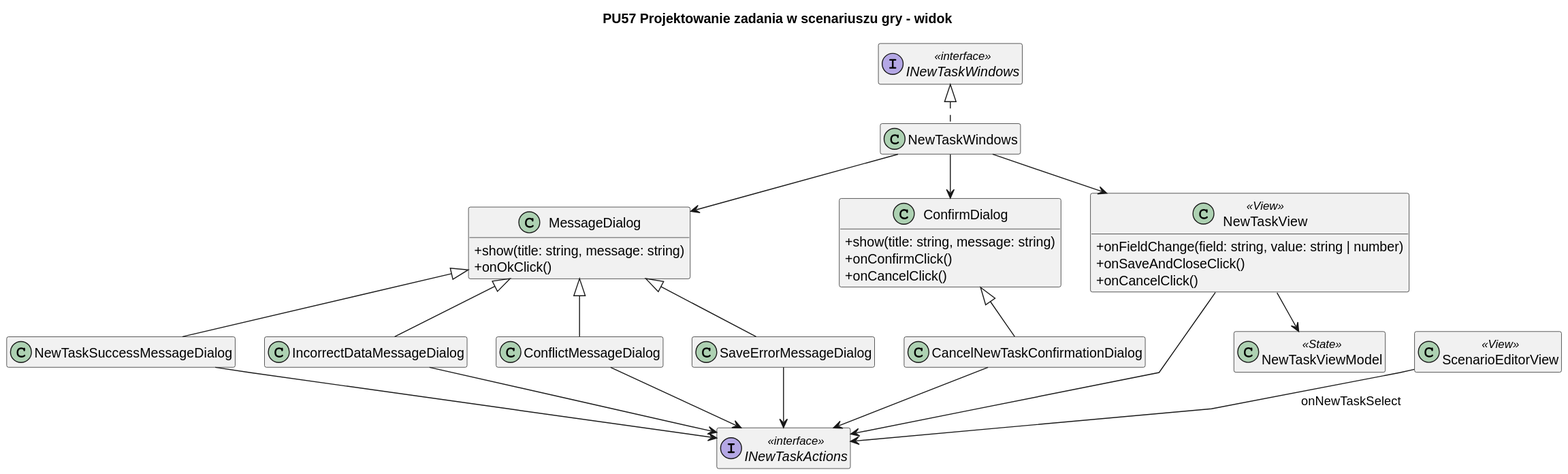
Earlier version of the PlantUML export diagrams/frontend/rendered/new-task-view.svg (Igor-Ochocki/POP-2026Z).
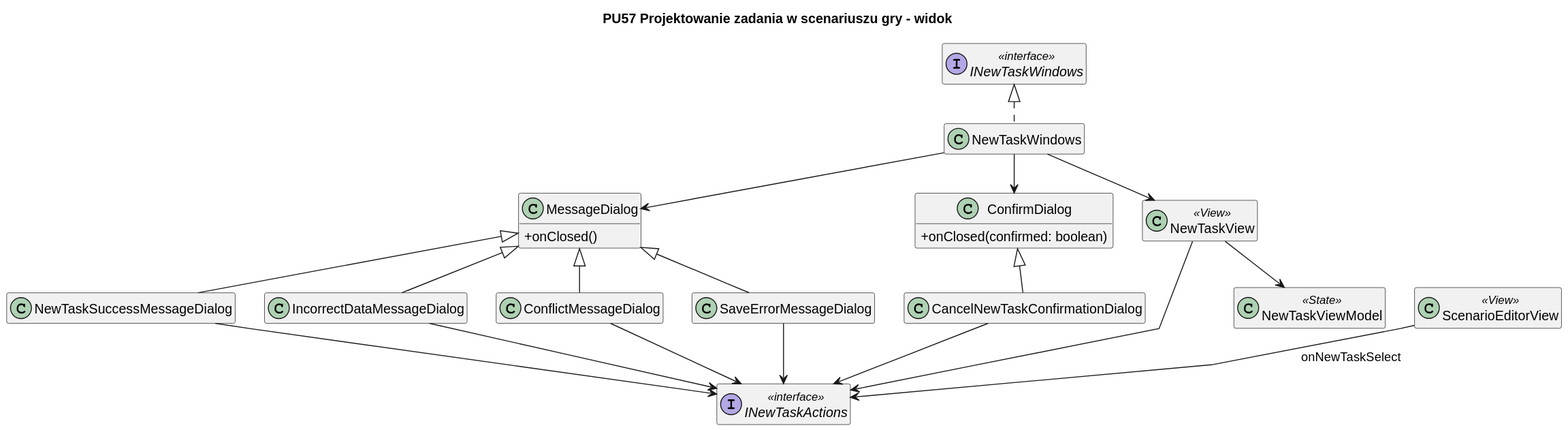
The same diagram one commit later.

The edit, as a diff of the source:
```diff
@@ -10,21 +10,14 @@
 
 title PU57 Projektowanie zadania w scenariuszu gry - widok
 
-class NewTaskView <<View>> {
-    + onFieldChange(field: string, value: string | number)
-    + onSaveAndCloseClick()
-    + onCancelClick()
-}
+class NewTaskView <<View>>
 
 class ConfirmDialog {
-    + show(title: string, message: string)
-    + onConfirmClick()
-    + onCancelClick()
+    + onClosed(confirmed: boolean)
 }
 
 class MessageDialog {
-    + show(title: string, message: string)
-    + onOkClick()
+    + onClosed()
 }
 
 class CancelNewTaskConfirmationDialog
```
